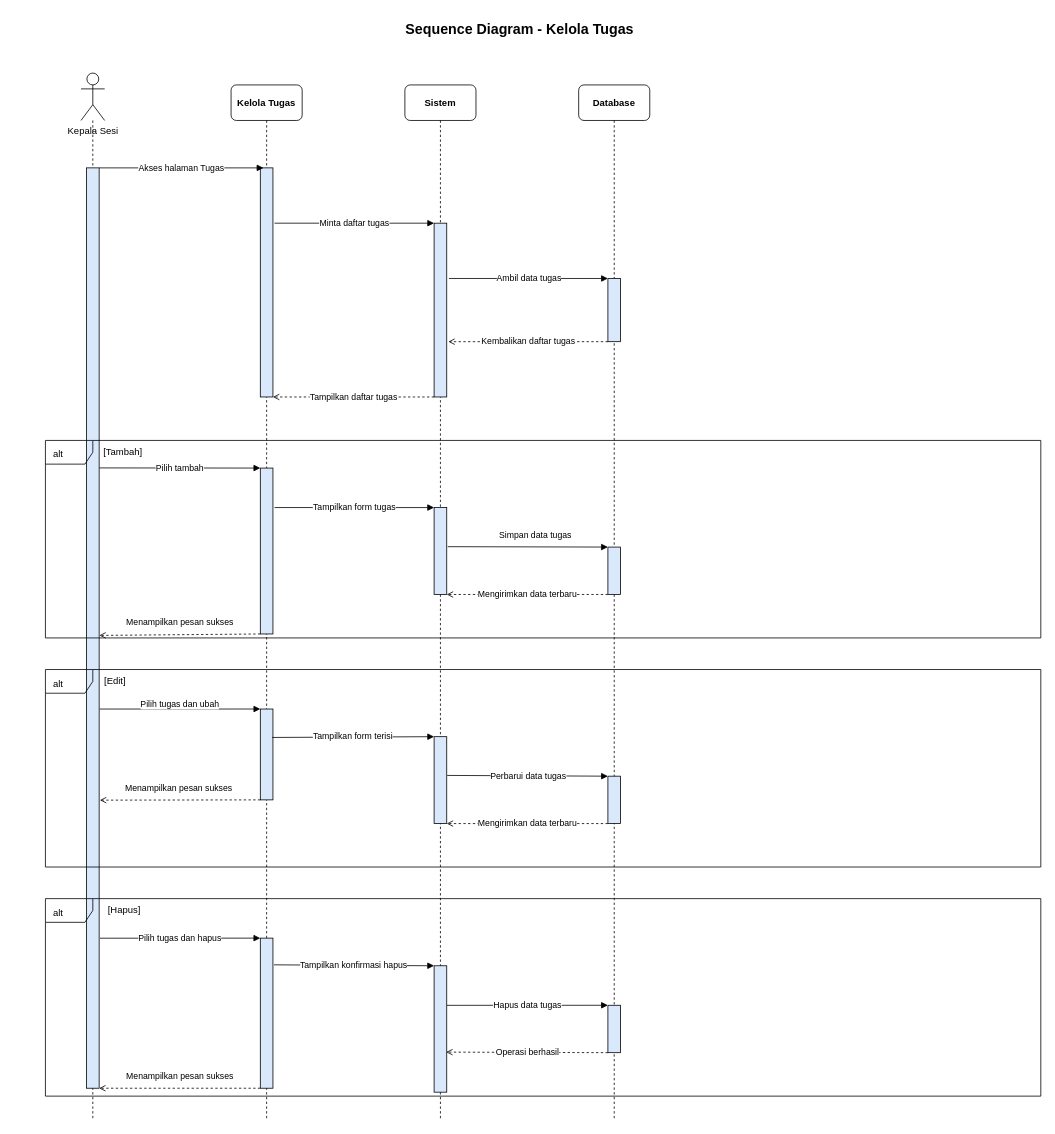
Earlier version of the draw.io diagram page "kelola_tugas" (2 of 11) of diagram/sequence_diagram/sequence_rad_revised_v2.drawio (gdamar/laporan-ekinerja). Source tidied: cells renumbered, new cells numbered last; positions are measured from the earlier drawing's top-left corner, leaving out a move shared by most shapes. Both pictures are drawn from the tidied source at 79%, with x=0, y=0 at pixel (45, 13).
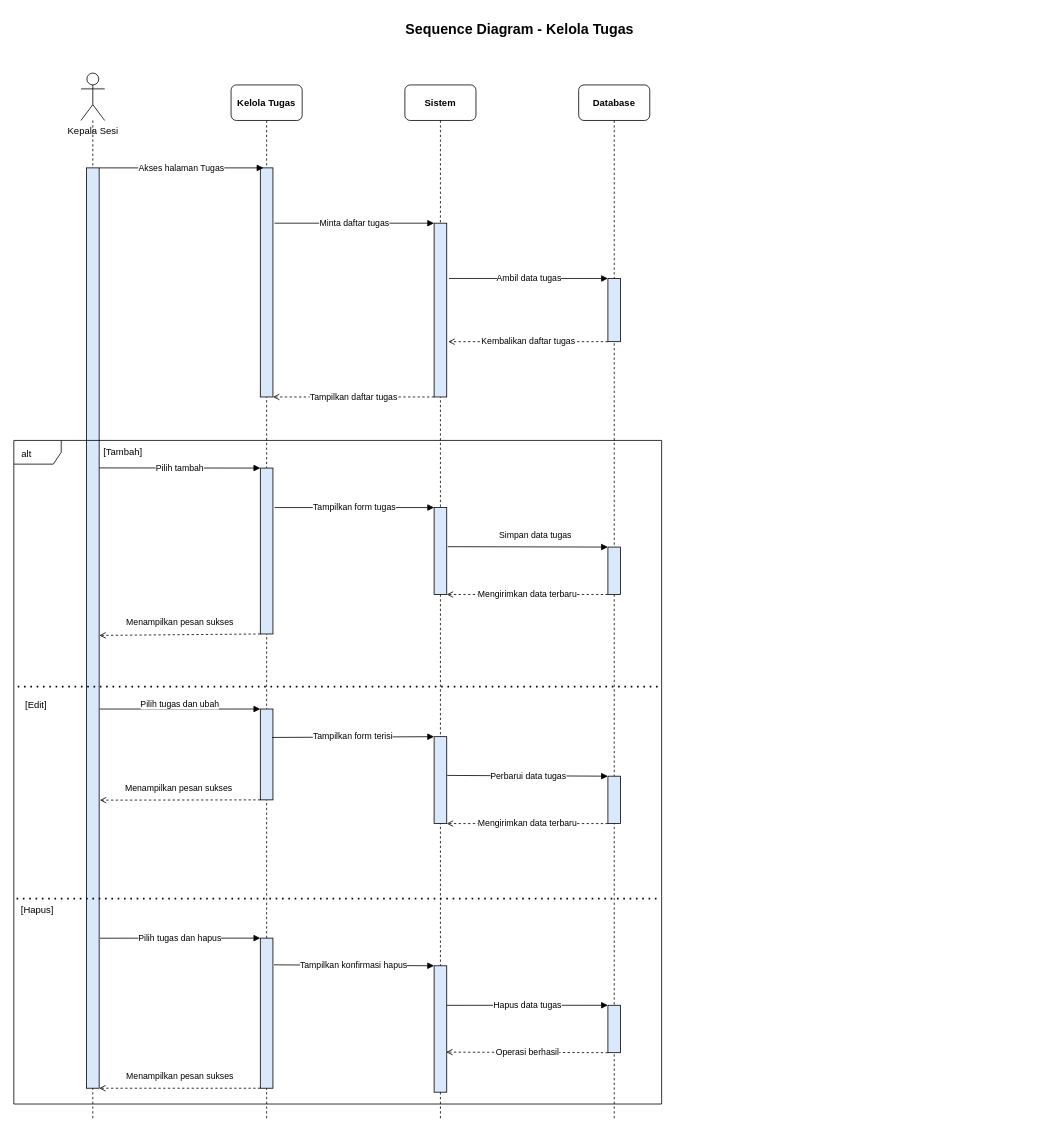
After the change.

Change to the diagram source:
```diff
@@
     <mxCell id="24" value="alt" style="shape=umlFrame;whiteSpace=wrap;html=1;fillColor=none;strokeColor=#000000;fontColor=#000000;boundedLbl=1;verticalAlign=top;align=left;spacingLeft=8;spacingTop=4;" parent="1" vertex="1">
-      <mxGeometry y="540" width="1260" height="250" as="geometry" />
+      <mxGeometry x="-40" y="540" width="820" height="840" as="geometry" />
     </mxCell>
-    <mxCell id="25" value="&lt;span style=&quot;text-align: left;&quot;&gt;[Tambah]&amp;nbsp;&lt;/span&gt;" style="text;html=1;whiteSpace=wrap;strokeColor=none;fillColor=none;align=center;verticalAlign=middle;rounded=0;fontColor=light-dark(#000000,#FFFFFF);" parent="24" vertex="1">
-      <mxGeometry x="70" width="60" height="30" as="geometry" />
-    </mxCell>
-    <mxCell id="26" value="alt" style="shape=umlFrame;whiteSpace=wrap;html=1;fillColor=none;strokeColor=#000000;fontColor=#000000;boundedLbl=1;verticalAlign=top;align=left;spacingLeft=8;spacingTop=4;" parent="1" vertex="1">
-      <mxGeometry y="830" width="1260" height="250" as="geometry" />
-    </mxCell>
-    <mxCell id="27" value="&lt;span style=&quot;text-align: left;&quot;&gt;[Edit]&amp;nbsp;&lt;/span&gt;" style="text;html=1;whiteSpace=wrap;strokeColor=none;fillColor=none;align=center;verticalAlign=middle;rounded=0;fontColor=light-dark(#000000,#FFFFFF);" parent="26" vertex="1">
-      <mxGeometry x="60" width="60" height="30" as="geometry" />
-    </mxCell>
@@
-    <mxCell id="45" value="alt" style="shape=umlFrame;whiteSpace=wrap;html=1;fillColor=none;strokeColor=#000000;fontColor=#000000;boundedLbl=1;verticalAlign=top;align=left;spacingLeft=8;spacingTop=4;" parent="1" vertex="1">
-      <mxGeometry y="1120" width="1260" height="250" as="geometry" />
-    </mxCell>
-    <mxCell id="46" value="&lt;span style=&quot;text-align: left;&quot;&gt;[Hapus]&lt;/span&gt;" style="text;html=1;whiteSpace=wrap;strokeColor=none;fillColor=none;align=center;verticalAlign=middle;rounded=0;fontColor=light-dark(#000000,#FFFFFF);" parent="45" vertex="1">
-      <mxGeometry x="70" width="60" height="30" as="geometry" />
-    </mxCell>
@@
+    <mxCell id="27" value="&lt;span style=&quot;text-align: left;&quot;&gt;[Edit]&amp;nbsp;&lt;/span&gt;" style="text;html=1;whiteSpace=wrap;strokeColor=none;fillColor=none;align=center;verticalAlign=middle;rounded=0;fontColor=light-dark(#000000,#FFFFFF);" parent="1" vertex="1">
+      <mxGeometry x="-40" y="860" width="60" height="30" as="geometry" />
+    </mxCell>
+    <mxCell id="25" value="&lt;span style=&quot;text-align: left;&quot;&gt;[Tambah]&amp;nbsp;&lt;/span&gt;" style="text;html=1;whiteSpace=wrap;strokeColor=none;fillColor=none;align=center;verticalAlign=middle;rounded=0;fontColor=light-dark(#000000,#FFFFFF);" parent="1" vertex="1">
+      <mxGeometry x="70" y="540" width="60" height="30" as="geometry" />
+    </mxCell>
+    <mxCell id="46" value="&lt;span style=&quot;text-align: left;&quot;&gt;[Hapus]&lt;/span&gt;" style="text;html=1;whiteSpace=wrap;strokeColor=none;fillColor=none;align=center;verticalAlign=middle;rounded=0;fontColor=light-dark(#000000,#FFFFFF);" parent="1" vertex="1">
+      <mxGeometry x="-40" y="1120" width="60" height="30" as="geometry" />
+    </mxCell>
+    <mxCell id="50" style="endArrow=none;dashed=1;html=1;dashPattern=1 3;strokeWidth=2;rounded=0;defaultLabelBackgroundColor=page;exitX=0.006;exitY=0.371;exitDx=0;exitDy=0;exitPerimeter=0;entryX=0.998;entryY=0.371;entryDx=0;entryDy=0;entryPerimeter=0;" parent="1" edge="1" source="24" target="24">
+      <mxGeometry relative="1" as="geometry" />
+    </mxCell>
+    <mxCell id="51" style="endArrow=none;dashed=1;html=1;dashPattern=1 3;strokeWidth=2;rounded=0;defaultLabelBackgroundColor=page;exitX=0.006;exitY=0.371;exitDx=0;exitDy=0;exitPerimeter=0;entryX=0.998;entryY=0.371;entryDx=0;entryDy=0;entryPerimeter=0;" parent="1" edge="1">
+      <mxGeometry relative="1" as="geometry">
+        <mxPoint x="-36.5" y="1120" as="sourcePoint" />
+        <mxPoint x="776.5" y="1120" as="targetPoint" />
+      </mxGeometry>
+    </mxCell>
```
